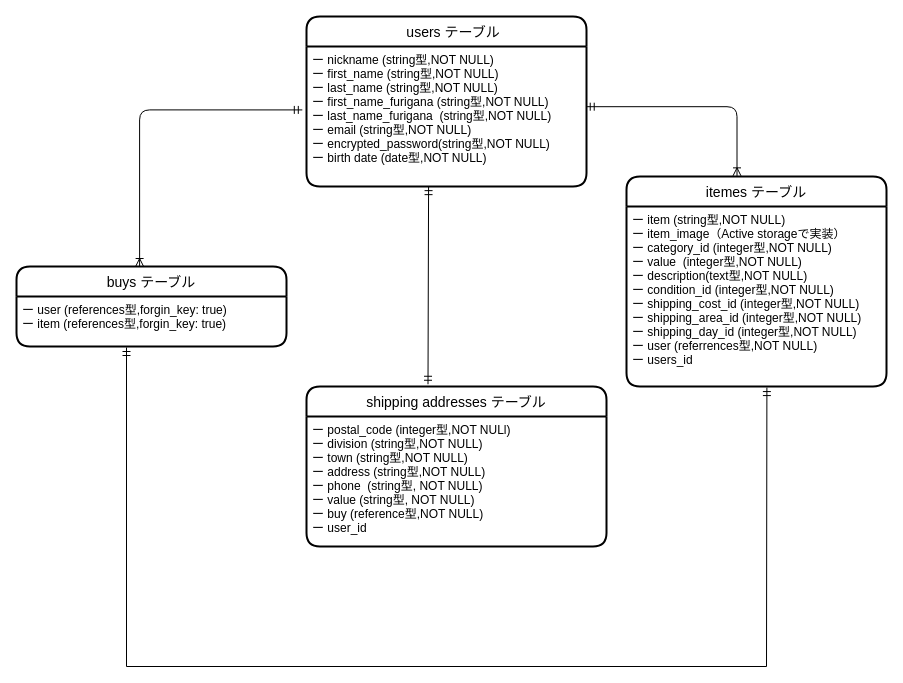
Above: page "ページ1" (1 of 2) of furima.dio in ryu-sugi/furima-35260 (draw.io), before the change. Source tidied: cells renumbered, new cells numbered last; positions are measured from the earlier drawing's top-left corner, leaving out a move shared by most shapes. Both pictures are drawn from the tidied source at 100%, with x=0, y=0 at pixel (16, 16).
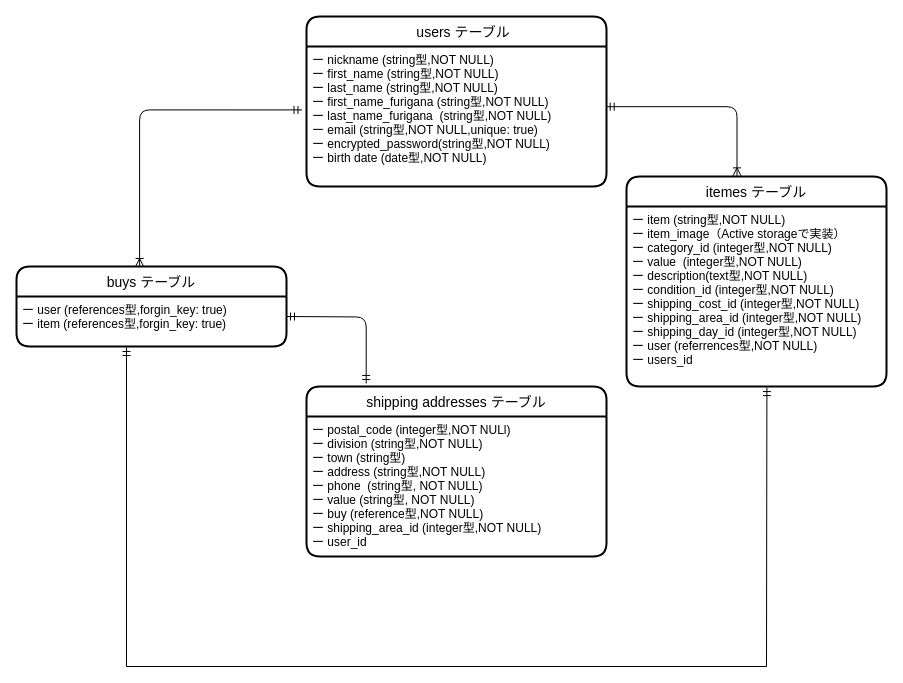
The same diagram, later.

What changed in the source:
```diff
@@
     <mxCell id="2" value="　users テーブル" style="swimlane;horizontal=1;startSize=30;rounded=1;fontSize=14;fontStyle=0;strokeWidth=2;shadow=0;dashed=0;align=center;" parent="1" vertex="1">
-      <mxGeometry x="290" width="280" height="170" as="geometry" />
+      <mxGeometry x="290" width="300" height="170" as="geometry" />
     </mxCell>
-    <mxCell id="3" value="ー nickname (string型,NOT NULL)&#10;ー first_name (string型,NOT NULL)&#10;ー last_name (string型,NOT NULL)&#10;ー first_name_furigana (string型,NOT NULL)&#10;ー last_name_furigana  (string型,NOT NULL)&#10;ー email (string型,NOT NULL)&#10;ー encrypted_password(string型,NOT NULL)&#10;ー birth date (date型,NOT NULL)&#10;" style="text;strokeColor=none;fillColor=none;spacingLeft=4;spacingRight=4;overflow=hidden;points=[[0,0.5],[1,0.5]];portConstraint=eastwest;fontSize=12;" parent="2" vertex="1">
-      <mxGeometry y="30" width="280" height="140" as="geometry" />
+    <mxCell id="3" value="ー nickname (string型,NOT NULL)&#10;ー first_name (string型,NOT NULL)&#10;ー last_name (string型,NOT NULL)&#10;ー first_name_furigana (string型,NOT NULL)&#10;ー last_name_furigana  (string型,NOT NULL)&#10;ー email (string型,NOT NULL,unique: true)&#10;ー encrypted_password(string型,NOT NULL)&#10;ー birth date (date型,NOT NULL)&#10;" style="text;strokeColor=none;fillColor=none;spacingLeft=4;spacingRight=4;overflow=hidden;points=[[0,0.5],[1,0.5]];portConstraint=eastwest;fontSize=12;" parent="2" vertex="1">
+      <mxGeometry y="30" width="300" height="140" as="geometry" />
     </mxCell>
@@
     <mxCell id="9" value="shipping addresses テーブル" style="swimlane;horizontal=1;startSize=30;rounded=1;fontSize=14;fontStyle=0;strokeWidth=2;shadow=0;dashed=0;align=center;" parent="1" vertex="1">
-      <mxGeometry x="290" y="370" width="300" height="160" as="geometry" />
+      <mxGeometry x="290" y="370" width="300" height="170" as="geometry" />
     </mxCell>
-    <mxCell id="10" value="ー postal_code (integer型,NOT NULl)&#10;ー division (string型,NOT NULL)&#10;ー town (string型,NOT NULL)&#10;ー address (string型,NOT NULL)&#10;ー phone  (string型, NOT NULL)&#10;ー value (string型, NOT NULL)&#10;ー buy (reference型,NOT NULL)&#10;ー user_id&#10;&#10;" style="text;strokeColor=none;fillColor=none;spacingLeft=4;spacingRight=4;overflow=hidden;points=[[0,0.5],[1,0.5]];portConstraint=eastwest;fontSize=12;" parent="9" vertex="1">
-      <mxGeometry y="30" width="300" height="130" as="geometry" />
+    <mxCell id="10" value="ー postal_code (integer型,NOT NULl)&#10;ー division (string型,NOT NULL)&#10;ー town (string型)&#10;ー address (string型,NOT NULL)&#10;ー phone  (string型, NOT NULL)&#10;ー value (string型, NOT NULL)&#10;ー buy (reference型,NOT NULL)&#10;ー shipping_area_id (integer型,NOT NULL)&#10;ー user_id&#10;&#10;" style="text;strokeColor=none;fillColor=none;spacingLeft=4;spacingRight=4;overflow=hidden;points=[[0,0.5],[1,0.5]];portConstraint=eastwest;fontSize=12;" parent="9" vertex="1">
+      <mxGeometry y="30" width="300" height="140" as="geometry" />
     </mxCell>
@@
-    <mxCell id="14" style="fontSize=12;html=1;endArrow=ERmandOne;startArrow=ERmandOne;exitX=0.405;exitY=-0.014;exitDx=0;exitDy=0;exitPerimeter=0;entryX=0.436;entryY=1.001;entryDx=0;entryDy=0;entryPerimeter=0;" parent="1" edge="1" source="9" target="3">
-      <mxGeometry relative="1" as="geometry" />
-    </mxCell>
@@
+    <mxCell id="18" style="edgeStyle=orthogonalEdgeStyle;fontSize=12;html=1;endArrow=ERmandOne;startArrow=ERmandOne;entryX=0.199;entryY=-0.018;entryDx=0;entryDy=0;entryPerimeter=0;" parent="1" edge="1" target="9">
+      <mxGeometry relative="1" as="geometry">
+        <mxPoint x="270" y="300" as="sourcePoint" />
+      </mxGeometry>
+    </mxCell>
```
